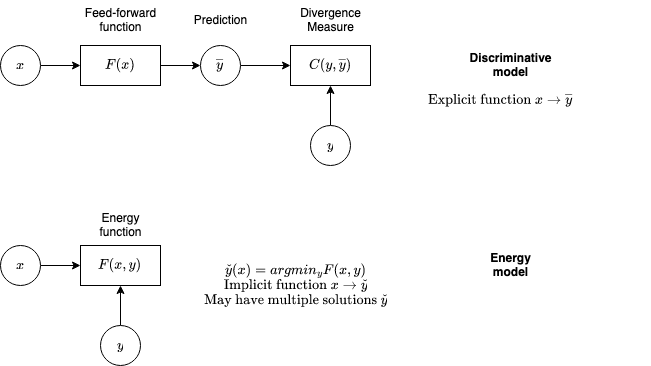
Above: machine_learning/diagrams/energy_model.drawio.png in analytiq-hub/sigagent.github.io (draw.io), before the change. Source tidied: cells renumbered, new cells last; positions are measured from the earlier drawing's top-left corner, leaving out a move shared by most shapes.
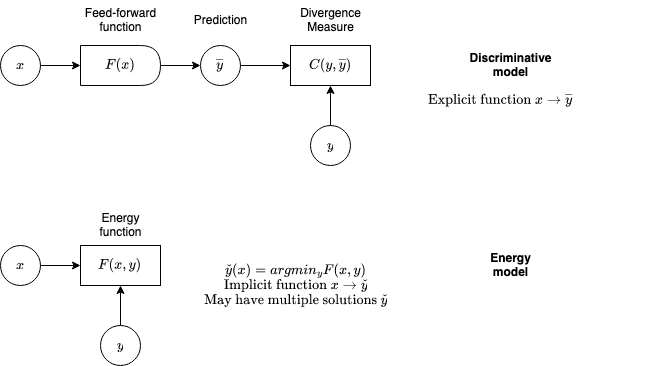
The same diagram one commit later.

Change to the diagram source:
```diff
@@ -2,20 +2,24 @@
   <root>
     <mxCell id="0" />
     <mxCell id="1" parent="0" />
-    <mxCell id="2" style="edgeStyle=orthogonalEdgeStyle;rounded=0;jettySize=auto;html=1;exitX=1;exitY=0.5;exitDx=0;exitDy=0;entryX=0;entryY=0.5;entryDx=0;entryDy=0;" parent="1" edge="1" source="3" target="5">
-      <mxGeometry relative="1" as="geometry" />
+    <mxCell id="2" style="edgeStyle=orthogonalEdgeStyle;rounded=0;jettySize=auto;html=1;exitX=1;exitY=0.5;exitDx=0;exitDy=0;entryX=0;entryY=0.5;entryDx=0;entryDy=0;" parent="1" edge="1" source="3">
+      <mxGeometry relative="1" as="geometry">
+        <mxPoint x="80" y="65" as="targetPoint" />
+      </mxGeometry>
     </mxCell>
     <mxCell id="3" value="$$x$$" style="ellipse;whiteSpace=wrap;html=1;" parent="1" vertex="1">
       <mxGeometry y="45" width="40" height="40" as="geometry" />
     </mxCell>
-    <mxCell id="4" style="edgeStyle=orthogonalEdgeStyle;rounded=0;jettySize=auto;html=1;exitX=1;exitY=0.5;exitDx=0;exitDy=0;entryX=0;entryY=0.5;entryDx=0;entryDy=0;" parent="1" edge="1" source="5" target="8">
-      <mxGeometry relative="1" as="geometry" />
+    <mxCell id="4" style="edgeStyle=orthogonalEdgeStyle;rounded=0;jettySize=auto;html=1;exitX=1;exitY=0.5;exitDx=0;exitDy=0;entryX=0;entryY=0.5;entryDx=0;entryDy=0;" parent="1" edge="1" target="8">
+      <mxGeometry relative="1" as="geometry">
+        <mxPoint x="160" y="65" as="sourcePoint" />
+      </mxGeometry>
     </mxCell>
-    <mxCell id="5" value="$$F(x)$$" style="rounded=0;whiteSpace=wrap;html=1;" parent="1" vertex="1">
-      <mxGeometry x="80" y="45" width="80" height="40" as="geometry" />
-    </mxCell>
-    <mxCell id="6" style="edgeStyle=orthogonalEdgeStyle;rounded=0;orthogonalLoop=1;jettySize=auto;html=1;exitX=0.5;exitY=1;exitDx=0;exitDy=0;" parent="1" edge="1" source="5" target="5">
-      <mxGeometry relative="1" as="geometry" />
+    <mxCell id="6" style="edgeStyle=orthogonalEdgeStyle;rounded=0;orthogonalLoop=1;jettySize=auto;html=1;exitX=0.5;exitY=1;exitDx=0;exitDy=0;" parent="1" edge="1">
+      <mxGeometry relative="1" as="geometry">
+        <mxPoint x="120" y="85" as="sourcePoint" />
+        <mxPoint x="120" y="85" as="targetPoint" />
+      </mxGeometry>
     </mxCell>
     <mxCell id="7" style="edgeStyle=orthogonalEdgeStyle;rounded=0;jettySize=auto;html=1;exitX=1;exitY=0.5;exitDx=0;exitDy=0;entryX=0;entryY=0.5;entryDx=0;entryDy=0;" parent="1" edge="1" source="8" target="11">
       <mxGeometry relative="1" as="geometry" />
@@ -74,5 +78,8 @@
     <mxCell id="25" value="$$\text{Explicit function } x \rightarrow \overline{y}$$" style="text;html=1;align=center;verticalAlign=middle;strokeColor=none;fillColor=none;" parent="1" vertex="1">
       <mxGeometry x="350" y="85" width="300" height="30" as="geometry" />
     </mxCell>
+    <mxCell id="5" value="$$F(x)$$" style="shape=delay;whiteSpace=wrap;html=1;" parent="1" vertex="1">
+      <mxGeometry x="80" y="45" width="80" height="40" as="geometry" />
+    </mxCell>
   </root>
 </mxGraphModel>
```
